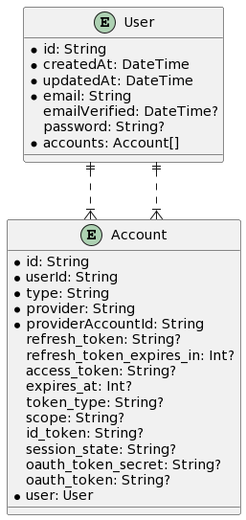
Earlier version of the PlantUML export docs/design/databaseUML.png (COSC-499-W2023/year-long-project-team-3). Its diagram source:
```plantuml
@startuml
skinparam linetype ortho

entity User {
  * id: String
  * createdAt: DateTime
  * updatedAt: DateTime
  * email: String
  emailVerified: DateTime?
  password: String?
  * accounts: Account[]
}

entity Account {
  * id: String
  * userId: String
  * type: String
  * provider: String
  * providerAccountId: String
  refresh_token: String?
  refresh_token_expires_in: Int?
  access_token: String?
  expires_at: Int?
  token_type: String?
  scope: String?
  id_token: String?
  session_state: String?
  oauth_token_secret: String?
  oauth_token: String?
  * user: User
}

User ||..|{ Account
User ||..|{ Account
@enduml
```
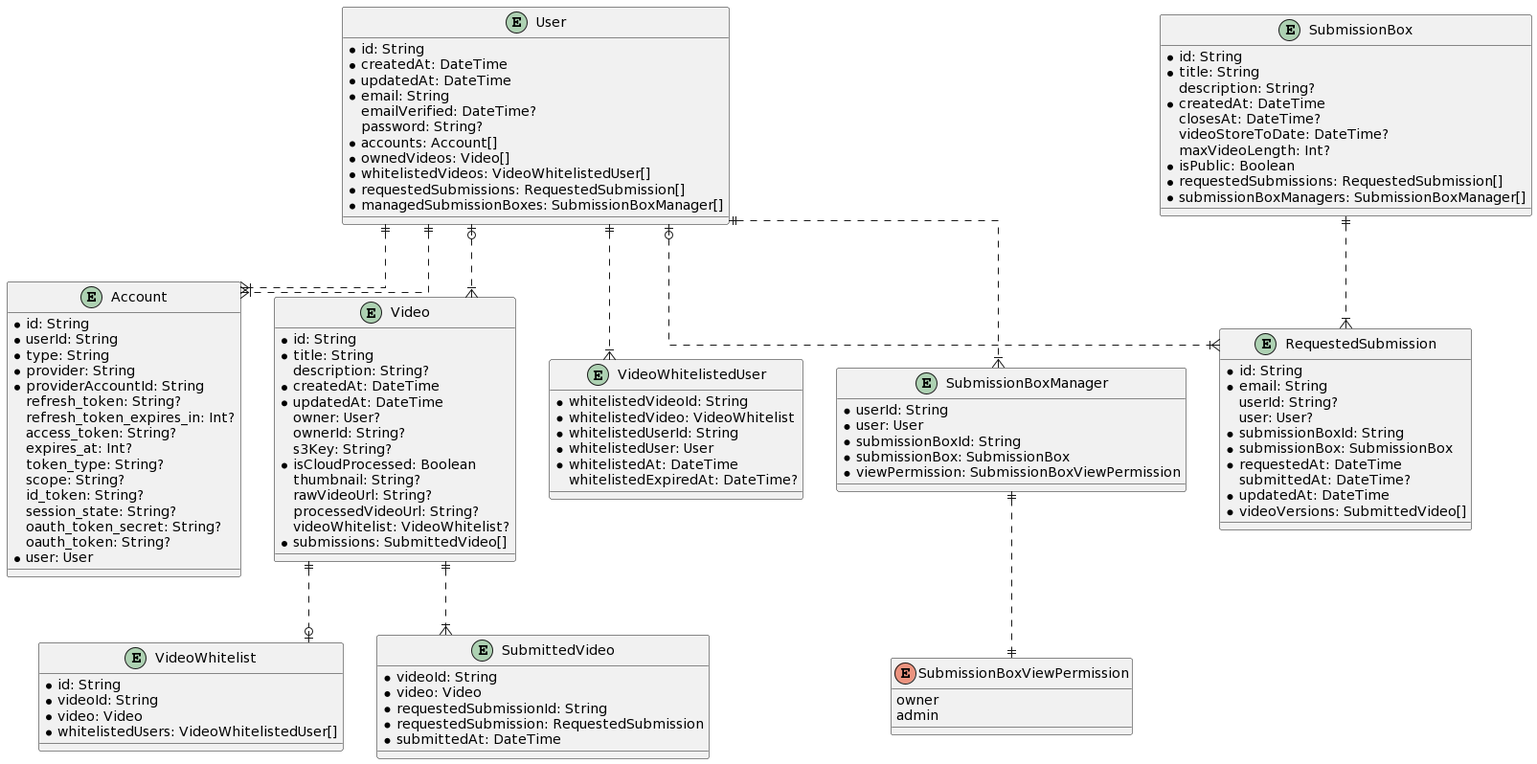
The same diagram one commit later.

Diff of the diagram source:
```diff
@@ -1,5 +1,10 @@
 @startuml
 skinparam linetype ortho
+
+enum SubmissionBoxViewPermission {
+  owner
+  admin
+}
 
 entity User {
   * id: String
@@ -9,6 +14,10 @@
   emailVerified: DateTime?
   password: String?
   * accounts: Account[]
+  * ownedVideos: Video[]
+  * whitelistedVideos: VideoWhitelistedUser[]
+  * requestedSubmissions: RequestedSubmission[]
+  * managedSubmissionBoxes: SubmissionBoxManager[]
 }
 
 entity Account {
@@ -30,6 +39,89 @@
   * user: User
 }
 
+entity Video {
+  * id: String
+  * title: String
+  description: String?
+  * createdAt: DateTime
+  * updatedAt: DateTime
+  owner: User?
+  ownerId: String?
+  s3Key: String?
+  * isCloudProcessed: Boolean
+  thumbnail: String?
+  rawVideoUrl: String?
+  processedVideoUrl: String?
+  videoWhitelist: VideoWhitelist?
+  * submissions: SubmittedVideo[]
+}
+
+entity VideoWhitelist {
+  * id: String
+  * videoId: String
+  * video: Video
+  * whitelistedUsers: VideoWhitelistedUser[]
+}
+
+entity VideoWhitelistedUser {
+  * whitelistedVideoId: String
+  * whitelistedVideo: VideoWhitelist
+  * whitelistedUserId: String
+  * whitelistedUser: User
+  * whitelistedAt: DateTime
+  whitelistedExpiredAt: DateTime?
+}
+
+entity SubmissionBox {
+  * id: String
+  * title: String
+  description: String?
+  * createdAt: DateTime
+  closesAt: DateTime?
+  videoStoreToDate: DateTime?
+  maxVideoLength: Int?
+  * isPublic: Boolean
+  * requestedSubmissions: RequestedSubmission[]
+  * submissionBoxManagers: SubmissionBoxManager[]
+}
+
+entity RequestedSubmission {
+  * id: String
+  * email: String
+  userId: String?
+  user: User?
+  * submissionBoxId: String
+  * submissionBox: SubmissionBox
+  * requestedAt: DateTime
+  submittedAt: DateTime?
+  * updatedAt: DateTime
+  * videoVersions: SubmittedVideo[]
+}
+
+entity SubmittedVideo {
+  * videoId: String
+  * video: Video
+  * requestedSubmissionId: String
+  * requestedSubmission: RequestedSubmission
+  * submittedAt: DateTime
+}
+
+entity SubmissionBoxManager {
+  * userId: String
+  * user: User
+  * submissionBoxId: String
+  * submissionBox: SubmissionBox
+  * viewPermission: SubmissionBoxViewPermission
+}
+
 User ||..|{ Account
 User ||..|{ Account
+User |o..|{ Video
+Video ||..o| VideoWhitelist
+User ||..|{ VideoWhitelistedUser
+SubmissionBox ||..|{ RequestedSubmission
+User |o..|{ RequestedSubmission
+Video ||..|{ SubmittedVideo
+User ||..|{ SubmissionBoxManager
+SubmissionBoxManager ||..|| SubmissionBoxViewPermission
 @enduml
```
